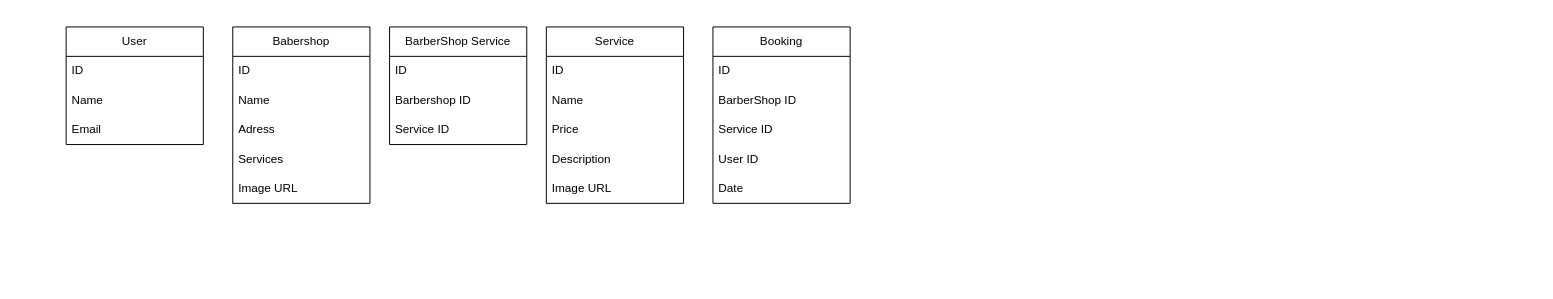
Above: Untitled Diagram.drawio in edumatheus65/worksheet (draw.io), before the change. Source tidied: cells renumbered, new cells numbered last; positions are measured from the earlier drawing's top-left corner, leaving out a move shared by most shapes. Both pictures are drawn from the tidied source at 98%, with x=0, y=0 at pixel (66, 26).
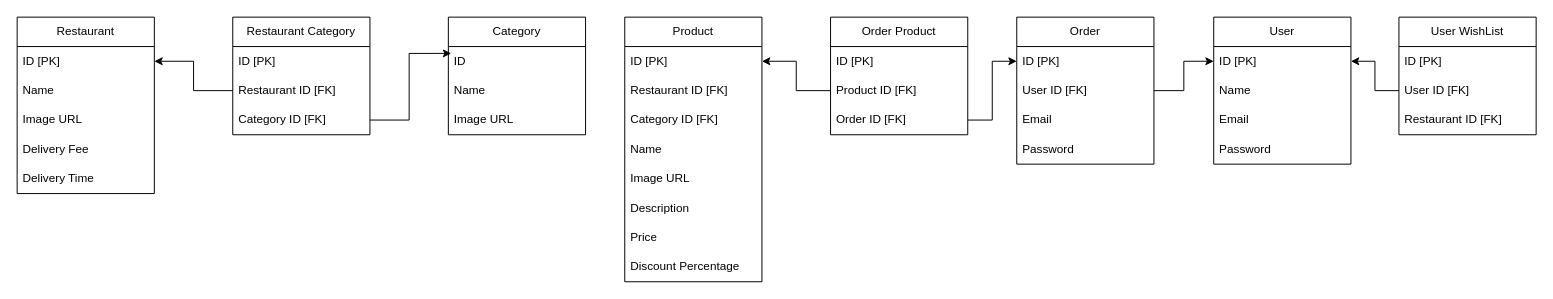
The same page after the edit.

Unchanged cells that the change refers to:
```xml
<mxCell id="25" value="ID" style="text;strokeColor=none;fillColor=none;align=left;verticalAlign=middle;spacingLeft=4;spacingRight=4;overflow=hidden;points=[[0,0.5],[1,0.5]];portConstraint=eastwest;whiteSpace=wrap;html=1;" parent="24" vertex="1">
  <mxGeometry y="30" width="140" height="30" as="geometry" />
</mxCell>
```

Diff of the diagram source:
```diff
@@
-    <mxCell id="2" value="User" style="swimlane;fontStyle=0;horizontal=1;startSize=30;whiteSpace=wrap;html=1;" parent="1" vertex="1">
-      <mxGeometry width="140" height="120" as="geometry" />
+    <mxCell id="2" value="Restaurant" style="swimlane;fontStyle=0;horizontal=1;startSize=30;whiteSpace=wrap;html=1;" parent="1" vertex="1">
+      <mxGeometry x="-50" y="-10" width="140" height="180" as="geometry" />
     </mxCell>
-    <mxCell id="3" value="ID" style="text;strokeColor=none;fillColor=none;align=left;verticalAlign=middle;spacingLeft=4;spacingRight=4;overflow=hidden;points=[[0,0.5],[1,0.5]];portConstraint=eastwest;whiteSpace=wrap;html=1;" parent="2" vertex="1">
+    <mxCell id="3" value="ID [PK]" style="text;strokeColor=none;fillColor=none;align=left;verticalAlign=middle;spacingLeft=4;spacingRight=4;overflow=hidden;points=[[0,0.5],[1,0.5]];portConstraint=eastwest;whiteSpace=wrap;html=1;" parent="2" vertex="1">
       <mxGeometry y="30" width="140" height="30" as="geometry" />
     </mxCell>
@@
-    <mxCell id="5" value="Email" style="text;strokeColor=none;fillColor=none;align=left;verticalAlign=middle;spacingLeft=4;spacingRight=4;overflow=hidden;whiteSpace=wrap;html=1;" parent="2" vertex="1">
+    <mxCell id="5" value="Image URL" style="text;strokeColor=none;fillColor=none;align=left;verticalAlign=middle;spacingLeft=4;spacingRight=4;overflow=hidden;whiteSpace=wrap;html=1;" parent="2" vertex="1">
       <mxGeometry y="90" width="140" height="30" as="geometry" />
     </mxCell>
+    <mxCell id="28" value="Delivery Fee" style="text;strokeColor=none;fillColor=none;align=left;verticalAlign=middle;spacingLeft=4;spacingRight=4;overflow=hidden;whiteSpace=wrap;html=1;" parent="2" vertex="1">
+      <mxGeometry y="120" width="140" height="30" as="geometry" />
+    </mxCell>
+    <mxCell id="29" value="Delivery Time" style="text;strokeColor=none;fillColor=none;align=left;verticalAlign=middle;spacingLeft=4;spacingRight=4;overflow=hidden;whiteSpace=wrap;html=1;" parent="2" vertex="1">
+      <mxGeometry y="150" width="140" height="30" as="geometry" />
+    </mxCell>
-    <mxCell id="6" value="Babershop" style="swimlane;fontStyle=0;horizontal=1;startSize=30;whiteSpace=wrap;html=1;" parent="1" vertex="1">
-      <mxGeometry x="170" width="140" height="180" as="geometry" />
+    <mxCell id="6" value="Restaurant Category" style="swimlane;fontStyle=0;horizontal=1;startSize=30;whiteSpace=wrap;html=1;" parent="1" vertex="1">
+      <mxGeometry x="170" y="-10" width="140" height="120" as="geometry" />
     </mxCell>
-    <mxCell id="7" value="ID" style="text;strokeColor=none;fillColor=none;align=left;verticalAlign=middle;spacingLeft=4;spacingRight=4;overflow=hidden;whiteSpace=wrap;html=1;" parent="6" vertex="1">
+    <mxCell id="7" value="ID [PK]" style="text;strokeColor=none;fillColor=none;align=left;verticalAlign=middle;spacingLeft=4;spacingRight=4;overflow=hidden;whiteSpace=wrap;html=1;" parent="6" vertex="1">
       <mxGeometry y="30" width="140" height="30" as="geometry" />
     </mxCell>
-    <mxCell id="8" value="Name" style="text;strokeColor=none;fillColor=none;align=left;verticalAlign=middle;spacingLeft=4;spacingRight=4;overflow=hidden;points=[[0,0.5],[1,0.5]];portConstraint=eastwest;whiteSpace=wrap;html=1;" parent="6" vertex="1">
+    <mxCell id="8" value="Restaurant ID [FK]" style="text;strokeColor=none;fillColor=none;align=left;verticalAlign=middle;spacingLeft=4;spacingRight=4;overflow=hidden;points=[[0,0.5],[1,0.5]];portConstraint=eastwest;whiteSpace=wrap;html=1;" parent="6" vertex="1">
       <mxGeometry y="60" width="140" height="30" as="geometry" />
     </mxCell>
-    <mxCell id="9" value="Adress" style="text;strokeColor=none;fillColor=none;align=left;verticalAlign=middle;spacingLeft=4;spacingRight=4;overflow=hidden;points=[[0,0.5],[1,0.5]];portConstraint=eastwest;whiteSpace=wrap;html=1;" parent="6" vertex="1">
+    <mxCell id="9" value="Category ID [FK]" style="text;strokeColor=none;fillColor=none;align=left;verticalAlign=middle;spacingLeft=4;spacingRight=4;overflow=hidden;points=[[0,0.5],[1,0.5]];portConstraint=eastwest;whiteSpace=wrap;html=1;" parent="6" vertex="1">
       <mxGeometry y="90" width="140" height="30" as="geometry" />
     </mxCell>
-    <mxCell id="10" value="Services" style="text;strokeColor=none;fillColor=none;align=left;verticalAlign=middle;spacingLeft=4;spacingRight=4;overflow=hidden;whiteSpace=wrap;html=1;" parent="6" vertex="1">
-      <mxGeometry y="120" width="140" height="30" as="geometry" />
-    </mxCell>
-    <mxCell id="11" value="Image URL" style="text;strokeColor=none;fillColor=none;align=left;verticalAlign=middle;spacingLeft=4;spacingRight=4;overflow=hidden;whiteSpace=wrap;html=1;" parent="6" vertex="1">
-      <mxGeometry y="150" width="140" height="30" as="geometry" />
-    </mxCell>
-    <mxCell id="12" value="Service" style="swimlane;fontStyle=0;horizontal=1;startSize=30;whiteSpace=wrap;html=1;" parent="1" vertex="1">
-      <mxGeometry x="490" width="140" height="180" as="geometry" />
+    <mxCell id="12" value="Product" style="swimlane;fontStyle=0;horizontal=1;startSize=30;whiteSpace=wrap;html=1;" parent="1" vertex="1">
+      <mxGeometry x="570" y="-10" width="140" height="270" as="geometry" />
     </mxCell>
-    <mxCell id="13" value="ID" style="text;strokeColor=none;fillColor=none;align=left;verticalAlign=middle;spacingLeft=4;spacingRight=4;overflow=hidden;points=[[0,0.5],[1,0.5]];portConstraint=eastwest;whiteSpace=wrap;html=1;" parent="12" vertex="1">
+    <mxCell id="13" value="ID [PK]" style="text;strokeColor=none;fillColor=none;align=left;verticalAlign=middle;spacingLeft=4;spacingRight=4;overflow=hidden;points=[[0,0.5],[1,0.5]];portConstraint=eastwest;whiteSpace=wrap;html=1;" parent="12" vertex="1">
       <mxGeometry y="30" width="140" height="30" as="geometry" />
     </mxCell>
-    <mxCell id="14" value="Name" style="text;strokeColor=none;fillColor=none;align=left;verticalAlign=middle;spacingLeft=4;spacingRight=4;overflow=hidden;whiteSpace=wrap;html=1;" parent="12" vertex="1">
+    <mxCell id="14" value="Restaurant ID [FK]" style="text;strokeColor=none;fillColor=none;align=left;verticalAlign=middle;spacingLeft=4;spacingRight=4;overflow=hidden;whiteSpace=wrap;html=1;" parent="12" vertex="1">
       <mxGeometry y="60" width="140" height="30" as="geometry" />
     </mxCell>
-    <mxCell id="15" value="Price" style="text;strokeColor=none;fillColor=none;align=left;verticalAlign=middle;spacingLeft=4;spacingRight=4;overflow=hidden;whiteSpace=wrap;html=1;" parent="12" vertex="1">
+    <mxCell id="15" value="Category ID [FK]" style="text;strokeColor=none;fillColor=none;align=left;verticalAlign=middle;spacingLeft=4;spacingRight=4;overflow=hidden;whiteSpace=wrap;html=1;" parent="12" vertex="1">
       <mxGeometry y="90" width="140" height="30" as="geometry" />
     </mxCell>
-    <mxCell id="16" value="Description" style="text;strokeColor=none;fillColor=none;align=left;verticalAlign=middle;spacingLeft=4;spacingRight=4;overflow=hidden;whiteSpace=wrap;html=1;" parent="12" vertex="1">
+    <mxCell id="16" value="Name" style="text;strokeColor=none;fillColor=none;align=left;verticalAlign=middle;spacingLeft=4;spacingRight=4;overflow=hidden;whiteSpace=wrap;html=1;" parent="12" vertex="1">
       <mxGeometry y="120" width="140" height="30" as="geometry" />
     </mxCell>
@@
+    <mxCell id="30" value="Description" style="text;strokeColor=none;fillColor=none;align=left;verticalAlign=middle;spacingLeft=4;spacingRight=4;overflow=hidden;whiteSpace=wrap;html=1;" parent="12" vertex="1">
+      <mxGeometry y="180" width="140" height="30" as="geometry" />
+    </mxCell>
+    <mxCell id="31" value="Price" style="text;strokeColor=none;fillColor=none;align=left;verticalAlign=middle;spacingLeft=4;spacingRight=4;overflow=hidden;whiteSpace=wrap;html=1;" parent="12" vertex="1">
+      <mxGeometry y="210" width="140" height="30" as="geometry" />
+    </mxCell>
+    <mxCell id="32" value="Discount Percentage" style="text;strokeColor=none;fillColor=none;align=left;verticalAlign=middle;spacingLeft=4;spacingRight=4;overflow=hidden;whiteSpace=wrap;html=1;" parent="12" vertex="1">
+      <mxGeometry y="240" width="140" height="30" as="geometry" />
+    </mxCell>
-    <mxCell id="18" value="Booking" style="swimlane;fontStyle=0;horizontal=1;startSize=30;whiteSpace=wrap;html=1;" parent="1" vertex="1">
-      <mxGeometry x="660" width="140" height="180" as="geometry" />
+    <mxCell id="18" value="User" style="swimlane;fontStyle=0;horizontal=1;startSize=30;whiteSpace=wrap;html=1;" parent="1" vertex="1">
+      <mxGeometry x="1171" y="-10" width="140" height="150" as="geometry" />
     </mxCell>
-    <mxCell id="19" value="ID" style="text;strokeColor=none;fillColor=none;align=left;verticalAlign=middle;spacingLeft=4;spacingRight=4;overflow=hidden;points=[[0,0.5],[1,0.5]];portConstraint=eastwest;whiteSpace=wrap;html=1;" parent="18" vertex="1">
+    <mxCell id="19" value="ID [PK]" style="text;strokeColor=none;fillColor=none;align=left;verticalAlign=middle;spacingLeft=4;spacingRight=4;overflow=hidden;points=[[0,0.5],[1,0.5]];portConstraint=eastwest;whiteSpace=wrap;html=1;" parent="18" vertex="1">
       <mxGeometry y="30" width="140" height="30" as="geometry" />
     </mxCell>
-    <mxCell id="20" value="BarberShop ID" style="text;strokeColor=none;fillColor=none;align=left;verticalAlign=middle;spacingLeft=4;spacingRight=4;overflow=hidden;whiteSpace=wrap;html=1;" parent="18" vertex="1">
+    <mxCell id="20" value="Name" style="text;strokeColor=none;fillColor=none;align=left;verticalAlign=middle;spacingLeft=4;spacingRight=4;overflow=hidden;whiteSpace=wrap;html=1;" parent="18" vertex="1">
       <mxGeometry y="60" width="140" height="30" as="geometry" />
     </mxCell>
-    <mxCell id="21" value="Service ID" style="text;strokeColor=none;fillColor=none;align=left;verticalAlign=middle;spacingLeft=4;spacingRight=4;overflow=hidden;whiteSpace=wrap;html=1;" parent="18" vertex="1">
+    <mxCell id="21" value="Email" style="text;strokeColor=none;fillColor=none;align=left;verticalAlign=middle;spacingLeft=4;spacingRight=4;overflow=hidden;whiteSpace=wrap;html=1;" parent="18" vertex="1">
       <mxGeometry y="90" width="140" height="30" as="geometry" />
     </mxCell>
-    <mxCell id="22" value="User ID" style="text;strokeColor=none;fillColor=none;align=left;verticalAlign=middle;spacingLeft=4;spacingRight=4;overflow=hidden;whiteSpace=wrap;html=1;" parent="18" vertex="1">
+    <mxCell id="22" value="Password" style="text;strokeColor=none;fillColor=none;align=left;verticalAlign=middle;spacingLeft=4;spacingRight=4;overflow=hidden;whiteSpace=wrap;html=1;" parent="18" vertex="1">
       <mxGeometry y="120" width="140" height="30" as="geometry" />
     </mxCell>
-    <mxCell id="23" value="Date" style="text;strokeColor=none;fillColor=none;align=left;verticalAlign=middle;spacingLeft=4;spacingRight=4;overflow=hidden;whiteSpace=wrap;html=1;" parent="18" vertex="1">
-      <mxGeometry y="150" width="140" height="30" as="geometry" />
-    </mxCell>
-    <mxCell id="24" value="BarberShop Service" style="swimlane;fontStyle=0;horizontal=1;startSize=30;whiteSpace=wrap;html=1;" parent="1" vertex="1">
-      <mxGeometry x="330" width="140" height="120" as="geometry" />
+    <mxCell id="24" value="Category" style="swimlane;fontStyle=0;horizontal=1;startSize=30;whiteSpace=wrap;html=1;" parent="1" vertex="1">
+      <mxGeometry x="390" y="-10" width="140" height="120" as="geometry" />
     </mxCell>
@@
-    <mxCell id="26" value="Barbershop ID" style="text;strokeColor=none;fillColor=none;align=left;verticalAlign=middle;spacingLeft=4;spacingRight=4;overflow=hidden;whiteSpace=wrap;html=1;" parent="24" vertex="1">
+    <mxCell id="26" value="Name" style="text;strokeColor=none;fillColor=none;align=left;verticalAlign=middle;spacingLeft=4;spacingRight=4;overflow=hidden;whiteSpace=wrap;html=1;" parent="24" vertex="1">
       <mxGeometry y="60" width="140" height="30" as="geometry" />
     </mxCell>
-    <mxCell id="27" value="Service ID" style="text;strokeColor=none;fillColor=none;align=left;verticalAlign=middle;spacingLeft=4;spacingRight=4;overflow=hidden;whiteSpace=wrap;html=1;" parent="24" vertex="1">
+    <mxCell id="27" value="Image URL" style="text;strokeColor=none;fillColor=none;align=left;verticalAlign=middle;spacingLeft=4;spacingRight=4;overflow=hidden;whiteSpace=wrap;html=1;" parent="24" vertex="1">
       <mxGeometry y="90" width="140" height="30" as="geometry" />
     </mxCell>
+    <mxCell id="33" style="edgeStyle=orthogonalEdgeStyle;rounded=0;jettySize=auto;html=1;" parent="1" edge="1" source="8" target="3">
+      <mxGeometry relative="1" as="geometry" />
+    </mxCell>
+    <mxCell id="34" style="edgeStyle=orthogonalEdgeStyle;rounded=0;jettySize=auto;html=1;entryX=0.021;entryY=0.233;entryDx=0;entryDy=0;entryPerimeter=0;" parent="1" edge="1" source="9" target="25">
+      <mxGeometry relative="1" as="geometry" />
+    </mxCell>
+    <mxCell id="35" value="Order" style="swimlane;fontStyle=0;horizontal=1;startSize=30;whiteSpace=wrap;html=1;" parent="1" vertex="1">
+      <mxGeometry x="970" y="-10" width="140" height="150" as="geometry" />
+    </mxCell>
+    <mxCell id="36" value="ID [PK]" style="text;strokeColor=none;fillColor=none;align=left;verticalAlign=middle;spacingLeft=4;spacingRight=4;overflow=hidden;points=[[0,0.5],[1,0.5]];portConstraint=eastwest;whiteSpace=wrap;html=1;" parent="35" vertex="1">
+      <mxGeometry y="30" width="140" height="30" as="geometry" />
+    </mxCell>
+    <mxCell id="37" value="User ID [FK]" style="text;strokeColor=none;fillColor=none;align=left;verticalAlign=middle;spacingLeft=4;spacingRight=4;overflow=hidden;points=[[0,0.5],[1,0.5]];portConstraint=eastwest;whiteSpace=wrap;html=1;" parent="35" vertex="1">
+      <mxGeometry y="60" width="140" height="30" as="geometry" />
+    </mxCell>
+    <mxCell id="38" value="Email" style="text;strokeColor=none;fillColor=none;align=left;verticalAlign=middle;spacingLeft=4;spacingRight=4;overflow=hidden;whiteSpace=wrap;html=1;" parent="35" vertex="1">
+      <mxGeometry y="90" width="140" height="30" as="geometry" />
+    </mxCell>
+    <mxCell id="39" value="Password" style="text;strokeColor=none;fillColor=none;align=left;verticalAlign=middle;spacingLeft=4;spacingRight=4;overflow=hidden;whiteSpace=wrap;html=1;" parent="35" vertex="1">
+      <mxGeometry y="120" width="140" height="30" as="geometry" />
+    </mxCell>
+    <mxCell id="40" value="Order Product" style="swimlane;fontStyle=0;horizontal=1;startSize=30;whiteSpace=wrap;html=1;" parent="1" vertex="1">
+      <mxGeometry x="780" y="-10" width="140" height="120" as="geometry" />
+    </mxCell>
+    <mxCell id="41" value="ID [PK]" style="text;strokeColor=none;fillColor=none;align=left;verticalAlign=middle;spacingLeft=4;spacingRight=4;overflow=hidden;whiteSpace=wrap;html=1;" parent="40" vertex="1">
+      <mxGeometry y="30" width="140" height="30" as="geometry" />
+    </mxCell>
+    <mxCell id="42" value="Product ID [FK]" style="text;strokeColor=none;fillColor=none;align=left;verticalAlign=middle;spacingLeft=4;spacingRight=4;overflow=hidden;points=[[0,0.5],[1,0.5]];portConstraint=eastwest;whiteSpace=wrap;html=1;" parent="40" vertex="1">
+      <mxGeometry y="60" width="140" height="30" as="geometry" />
+    </mxCell>
+    <mxCell id="43" value="Order ID [FK]" style="text;strokeColor=none;fillColor=none;align=left;verticalAlign=middle;spacingLeft=4;spacingRight=4;overflow=hidden;points=[[0,0.5],[1,0.5]];portConstraint=eastwest;whiteSpace=wrap;html=1;" parent="40" vertex="1">
+      <mxGeometry y="90" width="140" height="30" as="geometry" />
+    </mxCell>
+    <mxCell id="44" style="edgeStyle=orthogonalEdgeStyle;rounded=0;jettySize=auto;html=1;" parent="1" edge="1" source="42" target="13">
+      <mxGeometry relative="1" as="geometry" />
+    </mxCell>
+    <mxCell id="45" style="edgeStyle=orthogonalEdgeStyle;rounded=0;jettySize=auto;html=1;" parent="1" edge="1" source="43" target="36">
+      <mxGeometry relative="1" as="geometry" />
+    </mxCell>
+    <mxCell id="46" style="edgeStyle=orthogonalEdgeStyle;rounded=0;jettySize=auto;html=1;" parent="1" edge="1" source="37" target="19">
+      <mxGeometry relative="1" as="geometry" />
+    </mxCell>
+    <mxCell id="47" value="User WishList" style="swimlane;fontStyle=0;horizontal=1;startSize=30;whiteSpace=wrap;html=1;" parent="1" vertex="1">
+      <mxGeometry x="1360" y="-10" width="140" height="120" as="geometry" />
+    </mxCell>
+    <mxCell id="48" value="ID [PK]" style="text;strokeColor=none;fillColor=none;align=left;verticalAlign=middle;spacingLeft=4;spacingRight=4;overflow=hidden;whiteSpace=wrap;html=1;" parent="47" vertex="1">
+      <mxGeometry y="30" width="140" height="30" as="geometry" />
+    </mxCell>
+    <mxCell id="49" value="User ID [FK]" style="text;strokeColor=none;fillColor=none;align=left;verticalAlign=middle;spacingLeft=4;spacingRight=4;overflow=hidden;points=[[0,0.5],[1,0.5]];portConstraint=eastwest;whiteSpace=wrap;html=1;" parent="47" vertex="1">
+      <mxGeometry y="60" width="140" height="30" as="geometry" />
+    </mxCell>
+    <mxCell id="50" value="Restaurant ID [FK]" style="text;strokeColor=none;fillColor=none;align=left;verticalAlign=middle;spacingLeft=4;spacingRight=4;overflow=hidden;whiteSpace=wrap;html=1;" parent="47" vertex="1">
+      <mxGeometry y="90" width="140" height="30" as="geometry" />
+    </mxCell>
+    <mxCell id="51" style="edgeStyle=orthogonalEdgeStyle;rounded=0;jettySize=auto;html=1;entryX=1;entryY=0.5;entryDx=0;entryDy=0;" parent="1" edge="1" source="49" target="19">
+      <mxGeometry relative="1" as="geometry" />
+    </mxCell>
```
